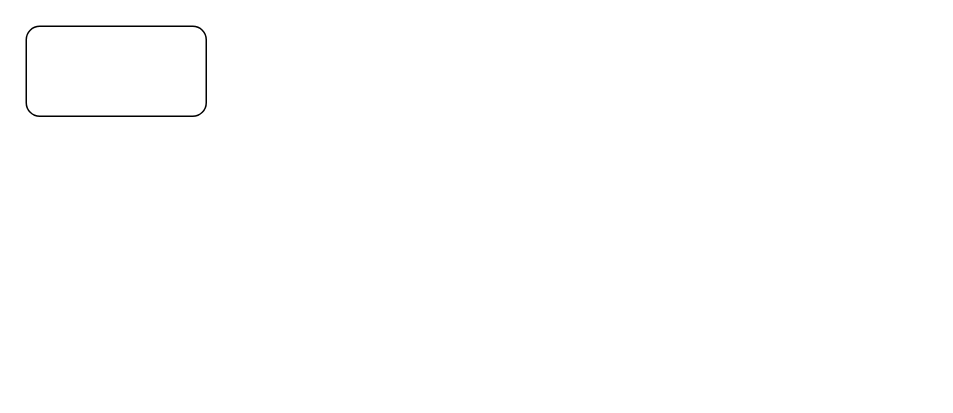
mvespin1/DiagramasArquitecturaGrupo2 keeps this draw.io diagram as POS_V1.drawio. Above is the earlier version. Source tidied: cells renumbered, new cells numbered last; positions are measured from the earlier drawing's top-left corner, leaving out a move shared by most shapes. Both pictures are drawn from the tidied source at 150%, with x=0, y=0 at pixel (26, 26).
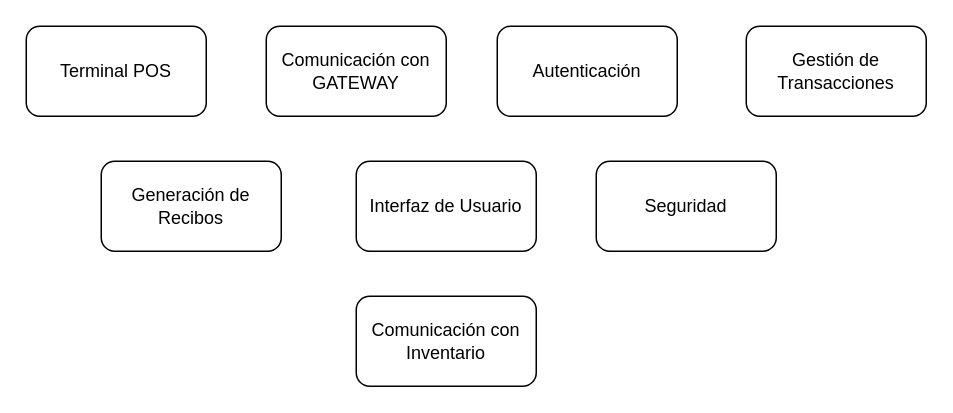
The same diagram, later.

The edit, as a diff of the source:
```diff
@@
 <mxGraphModel>
   <root>
     <mxCell id="0" />
     <mxCell id="1" parent="0" />
-    <mxCell id="2" style="rounded=1;whiteSpace=wrap;html=1;" parent="1" vertex="1">
+    <mxCell id="2" value="Terminal POS" style="rounded=1;whiteSpace=wrap;html=1;" parent="1" vertex="1">
       <mxGeometry width="120" height="60" as="geometry" />
     </mxCell>
+    <mxCell id="3" value="Comunicación con GATEWAY" style="rounded=1;whiteSpace=wrap;html=1;" parent="1" vertex="1">
+      <mxGeometry x="160" width="120" height="60" as="geometry" />
+    </mxCell>
+    <mxCell id="4" value="Autenticación" style="rounded=1;whiteSpace=wrap;html=1;" parent="1" vertex="1">
+      <mxGeometry x="314" width="120" height="60" as="geometry" />
+    </mxCell>
+    <mxCell id="5" value="Gestión de Transacciones" style="rounded=1;whiteSpace=wrap;html=1;" parent="1" vertex="1">
+      <mxGeometry x="480" width="120" height="60" as="geometry" />
+    </mxCell>
+    <mxCell id="6" value="Generación de Recibos" style="rounded=1;whiteSpace=wrap;html=1;" parent="1" vertex="1">
+      <mxGeometry x="50" y="90" width="120" height="60" as="geometry" />
+    </mxCell>
+    <mxCell id="7" value="Interfaz de Usuario" style="rounded=1;whiteSpace=wrap;html=1;" parent="1" vertex="1">
+      <mxGeometry x="220" y="90" width="120" height="60" as="geometry" />
+    </mxCell>
+    <mxCell id="8" value="&lt;div&gt;Comunicación con Inventario&lt;/div&gt;" style="rounded=1;whiteSpace=wrap;html=1;" parent="1" vertex="1">
+      <mxGeometry x="220" y="180" width="120" height="60" as="geometry" />
+    </mxCell>
+    <mxCell id="9" value="Seguridad" style="rounded=1;whiteSpace=wrap;html=1;" parent="1" vertex="1">
+      <mxGeometry x="380" y="90" width="120" height="60" as="geometry" />
+    </mxCell>
   </root>
 </mxGraphModel>
```
